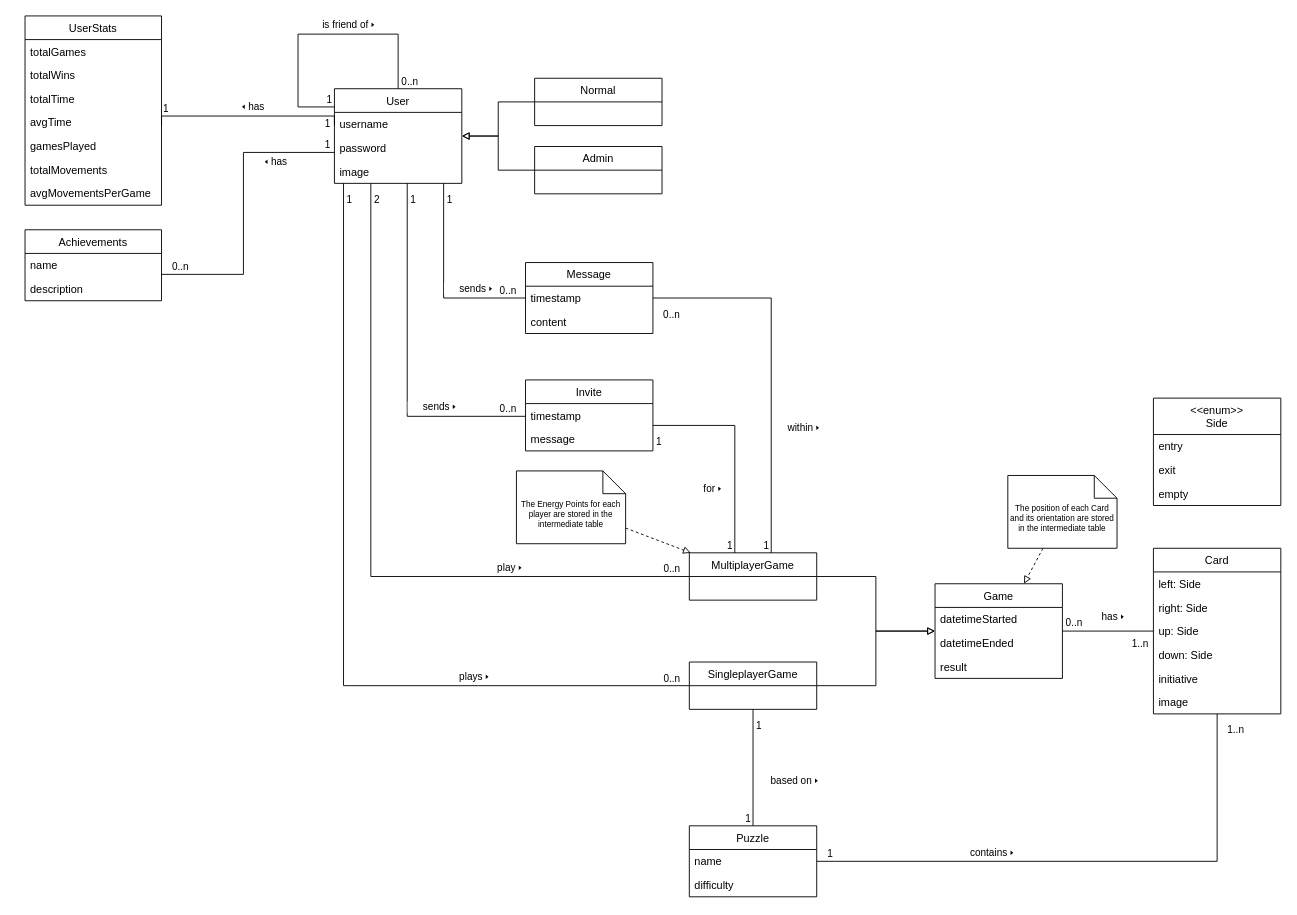
This is docs/Concept model.drawio from gii-is-DP1/dp1-2022-2023-ling-2, a draw.io file, before an edit. Source tidied: cells renumbered, new cells numbered last; positions are measured from the earlier drawing's top-left corner, leaving out a move shared by most shapes. Both pictures are drawn from the tidied source at 91%, with x=0, y=0 at pixel (25, 15).
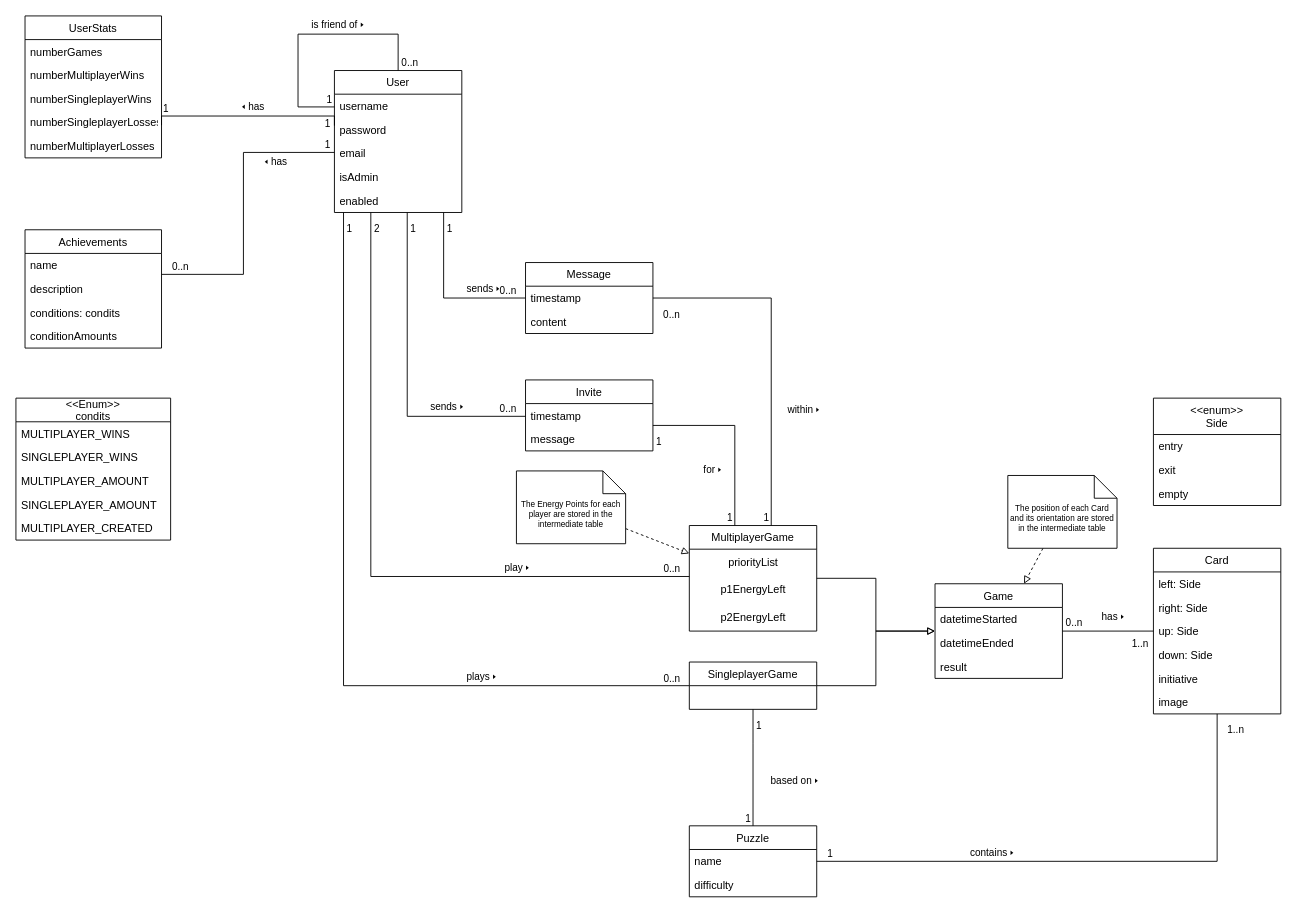
The same page after the edit.

Commit message:
[doc]: Updated conceptual model for Sprint 2

The edit, as a diff of the source:
```diff
@@
-    <mxCell id="2" style="edgeStyle=orthogonalEdgeStyle;rounded=0;jettySize=auto;html=1;endArrow=block;endFill=0;" parent="1" edge="1" source="30" target="4">
-      <mxGeometry relative="1" as="geometry" />
-    </mxCell>
-    <mxCell id="3" style="edgeStyle=orthogonalEdgeStyle;rounded=0;jettySize=auto;html=1;endArrow=block;endFill=0;" parent="1" edge="1" source="31" target="4">
-      <mxGeometry relative="1" as="geometry" />
-    </mxCell>
     <mxCell id="4" value="User" style="swimlane;fontStyle=0;horizontal=1;startSize=26;fillColor=none;" parent="1" vertex="1">
-      <mxGeometry x="340" y="80" width="140" height="104" as="geometry" />
+      <mxGeometry x="340" y="60" width="140" height="156" as="geometry" />
     </mxCell>
@@
-    <mxCell id="7" value="image" style="text;strokeColor=none;fillColor=none;align=left;verticalAlign=top;spacingLeft=4;spacingRight=4;overflow=hidden;" parent="4" vertex="1">
+    <mxCell id="7" value="email" style="text;strokeColor=none;fillColor=none;align=left;verticalAlign=top;spacingLeft=4;spacingRight=4;overflow=hidden;" parent="4" vertex="1">
       <mxGeometry y="78" width="140" height="26" as="geometry" />
     </mxCell>
+    <mxCell id="89" value="isAdmin" style="text;strokeColor=none;fillColor=none;align=left;verticalAlign=top;spacingLeft=4;spacingRight=4;overflow=hidden;" parent="4" vertex="1">
+      <mxGeometry y="104" width="140" height="26" as="geometry" />
+    </mxCell>
+    <mxCell id="90" value="enabled" style="text;strokeColor=none;fillColor=none;align=left;verticalAlign=top;spacingLeft=4;spacingRight=4;overflow=hidden;" parent="4" vertex="1">
+      <mxGeometry y="130" width="140" height="26" as="geometry" />
+    </mxCell>
@@
     <mxCell id="12" value="Achievements" style="swimlane;fontStyle=0;horizontal=1;startSize=26;fillColor=none;" parent="1" vertex="1">
-      <mxGeometry y="235" width="150" height="78" as="geometry" />
+      <mxGeometry y="235" width="150" height="130" as="geometry" />
     </mxCell>
@@
+    <mxCell id="91" value="conditions: condits" style="text;strokeColor=none;fillColor=none;align=left;verticalAlign=top;spacingLeft=4;spacingRight=4;overflow=hidden;" parent="12" vertex="1">
+      <mxGeometry y="78" width="150" height="26" as="geometry" />
+    </mxCell>
+    <mxCell id="92" value="conditionAmounts" style="text;strokeColor=none;fillColor=none;align=left;verticalAlign=top;spacingLeft=4;spacingRight=4;overflow=hidden;" parent="12" vertex="1">
+      <mxGeometry y="104" width="150" height="26" as="geometry" />
+    </mxCell>
@@
     <mxCell id="22" value="UserStats" style="swimlane;fontStyle=0;horizontal=1;startSize=26;fillColor=none;" parent="1" vertex="1">
-      <mxGeometry width="150" height="208" as="geometry" />
+      <mxGeometry width="150" height="156" as="geometry" />
     </mxCell>
-    <mxCell id="23" value="totalGames" style="text;strokeColor=none;fillColor=none;align=left;verticalAlign=top;spacingLeft=4;spacingRight=4;overflow=hidden;" parent="22" vertex="1">
+    <mxCell id="23" value="numberGames" style="text;strokeColor=none;fillColor=none;align=left;verticalAlign=top;spacingLeft=4;spacingRight=4;overflow=hidden;" parent="22" vertex="1">
       <mxGeometry y="26" width="150" height="26" as="geometry" />
     </mxCell>
-    <mxCell id="24" value="totalWins" style="text;strokeColor=none;fillColor=none;align=left;verticalAlign=top;spacingLeft=4;spacingRight=4;overflow=hidden;" parent="22" vertex="1">
+    <mxCell id="24" value="numberMultiplayerWins" style="text;strokeColor=none;fillColor=none;align=left;verticalAlign=top;spacingLeft=4;spacingRight=4;overflow=hidden;" parent="22" vertex="1">
       <mxGeometry y="52" width="150" height="26" as="geometry" />
     </mxCell>
-    <mxCell id="25" value="totalTime" style="text;strokeColor=none;fillColor=none;align=left;verticalAlign=top;spacingLeft=4;spacingRight=4;overflow=hidden;" parent="22" vertex="1">
-      <mxGeometry y="78" width="150" height="26" as="geometry" />
-    </mxCell>
-    <mxCell id="26" value="avgTime" style="text;strokeColor=none;fillColor=none;align=left;verticalAlign=top;spacingLeft=4;spacingRight=4;overflow=hidden;" parent="22" vertex="1">
-      <mxGeometry y="104" width="150" height="26" as="geometry" />
+    <mxCell id="26" value="numberSingleplayerWins" style="text;strokeColor=none;fillColor=none;align=left;verticalAlign=top;spacingLeft=4;spacingRight=4;overflow=hidden;" parent="22" vertex="1">
+      <mxGeometry y="78" width="150" height="26" as="geometry" />
     </mxCell>
-    <mxCell id="27" value="gamesPlayed" style="text;strokeColor=none;fillColor=none;align=left;verticalAlign=top;spacingLeft=4;spacingRight=4;overflow=hidden;" parent="22" vertex="1">
-      <mxGeometry y="130" width="150" height="26" as="geometry" />
-    </mxCell>
-    <mxCell id="28" value="totalMovements" style="text;strokeColor=none;fillColor=none;align=left;verticalAlign=top;spacingLeft=4;spacingRight=4;overflow=hidden;" parent="22" vertex="1">
-      <mxGeometry y="156" width="150" height="26" as="geometry" />
+    <mxCell id="28" value="numberSingleplayerLosses" style="text;strokeColor=none;fillColor=none;align=left;verticalAlign=top;spacingLeft=4;spacingRight=4;overflow=hidden;" parent="22" vertex="1">
+      <mxGeometry y="104" width="150" height="26" as="geometry" />
     </mxCell>
-    <mxCell id="29" value="avgMovementsPerGame" style="text;strokeColor=none;fillColor=none;align=left;verticalAlign=top;spacingLeft=4;spacingRight=4;overflow=hidden;" parent="22" vertex="1">
-      <mxGeometry y="182" width="150" height="26" as="geometry" />
+    <mxCell id="29" value="numberMultiplayerLosses" style="text;strokeColor=none;fillColor=none;align=left;verticalAlign=top;spacingLeft=4;spacingRight=4;overflow=hidden;" parent="22" vertex="1">
+      <mxGeometry y="130" width="150" height="26" as="geometry" />
     </mxCell>
-    <mxCell id="30" value="Normal" style="swimlane;fontStyle=0;horizontal=1;startSize=26;fillColor=none;" parent="1" vertex="1">
-      <mxGeometry x="560" y="68.5" width="140" height="52" as="geometry" />
-    </mxCell>
-    <mxCell id="31" value="Admin" style="swimlane;fontStyle=0;horizontal=1;startSize=26;fillColor=none;" parent="1" vertex="1">
-      <mxGeometry x="560" y="143.5" width="140" height="52" as="geometry" />
-    </mxCell>
@@
     <mxCell id="41" value="MultiplayerGame" style="swimlane;fontStyle=0;horizontal=1;startSize=26;fillColor=none;" parent="1" vertex="1">
-      <mxGeometry x="730" y="590" width="140" height="52" as="geometry" />
+      <mxGeometry x="730" y="560" width="140" height="116" as="geometry" />
     </mxCell>
+    <mxCell id="93" value="priorityList" style="text;html=1;align=center;verticalAlign=middle;strokeColor=none;fillColor=none;" parent="41" vertex="1">
+      <mxGeometry y="26" width="140" height="30" as="geometry" />
+    </mxCell>
+    <mxCell id="94" value="p1EnergyLeft" style="text;html=1;align=center;verticalAlign=middle;strokeColor=none;fillColor=none;" parent="41" vertex="1">
+      <mxGeometry y="56" width="140" height="30" as="geometry" />
+    </mxCell>
+    <mxCell id="95" value="p2EnergyLeft" style="text;html=1;align=center;verticalAlign=middle;strokeColor=none;fillColor=none;" parent="41" vertex="1">
+      <mxGeometry y="86" width="140" height="30" as="geometry" />
+    </mxCell>
@@
+    <mxCell id="96" value="&lt;&lt;Enum&gt;&gt;&#10;condits" style="swimlane;fontStyle=0;horizontal=1;startSize=26;fillColor=none;" parent="1" vertex="1">
+      <mxGeometry x="-10" y="420" width="170" height="156" as="geometry" />
+    </mxCell>
+    <mxCell id="97" value="MULTIPLAYER_WINS" style="text;strokeColor=none;fillColor=none;align=left;verticalAlign=top;spacingLeft=4;spacingRight=4;overflow=hidden;" parent="96" vertex="1">
+      <mxGeometry y="26" width="170" height="26" as="geometry" />
+    </mxCell>
+    <mxCell id="98" value="SINGLEPLAYER_WINS" style="text;strokeColor=none;fillColor=none;align=left;verticalAlign=top;spacingLeft=4;spacingRight=4;overflow=hidden;" parent="96" vertex="1">
+      <mxGeometry y="52" width="170" height="26" as="geometry" />
+    </mxCell>
+    <mxCell id="99" value="MULTIPLAYER_AMOUNT" style="text;strokeColor=none;fillColor=none;align=left;verticalAlign=top;spacingLeft=4;spacingRight=4;overflow=hidden;" parent="96" vertex="1">
+      <mxGeometry y="78" width="170" height="26" as="geometry" />
+    </mxCell>
+    <mxCell id="100" value="SINGLEPLAYER_AMOUNT" style="text;strokeColor=none;fillColor=none;align=left;verticalAlign=top;spacingLeft=4;spacingRight=4;overflow=hidden;" parent="96" vertex="1">
+      <mxGeometry y="104" width="170" height="26" as="geometry" />
+    </mxCell>
+    <mxCell id="101" value="MULTIPLAYER_CREATED" style="text;strokeColor=none;fillColor=none;align=left;verticalAlign=top;spacingLeft=4;spacingRight=4;overflow=hidden;" parent="96" vertex="1">
+      <mxGeometry y="130" width="170" height="26" as="geometry" />
+    </mxCell>
```
